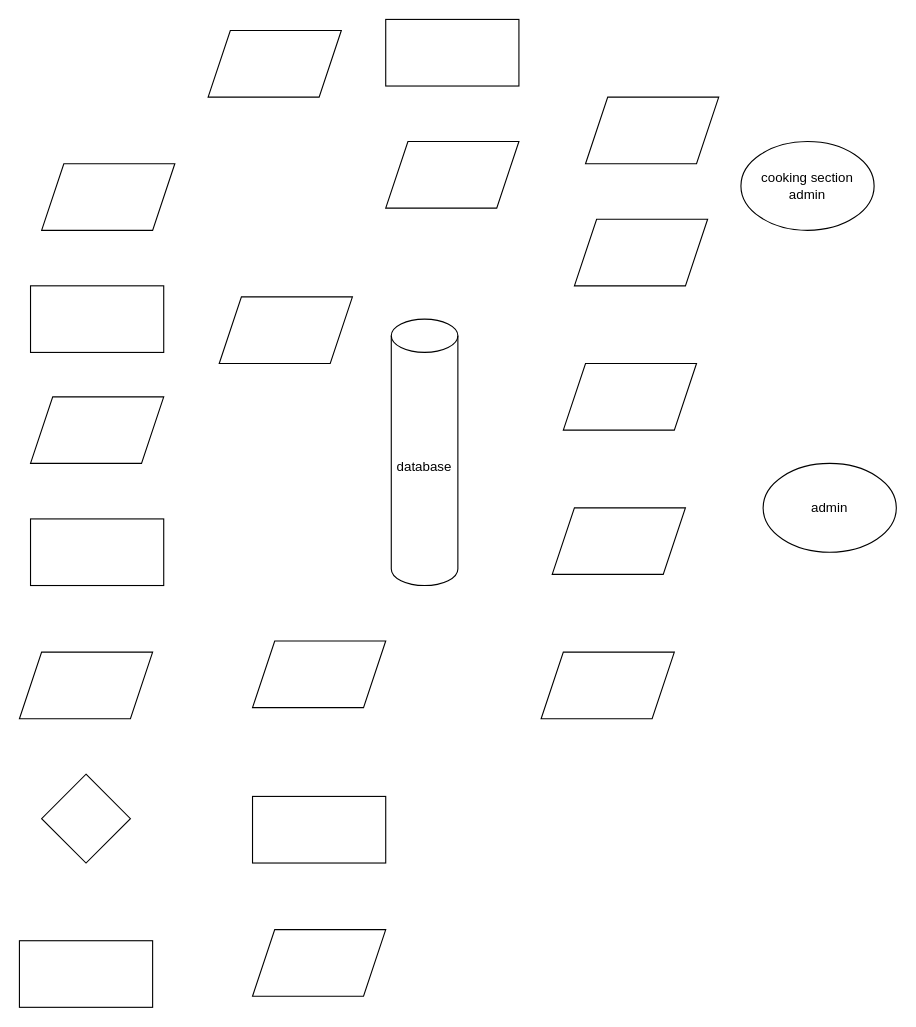
This is rms 2 Diagram.drawio from deleshan/puthurep, a draw.io file, before an edit. Source tidied: cells renumbered, new cells numbered last; positions are measured from the earlier drawing's top-left corner, leaving out a move shared by most shapes. Both pictures are drawn from the tidied source at 111%, with x=0, y=0 at pixel (19, 19).
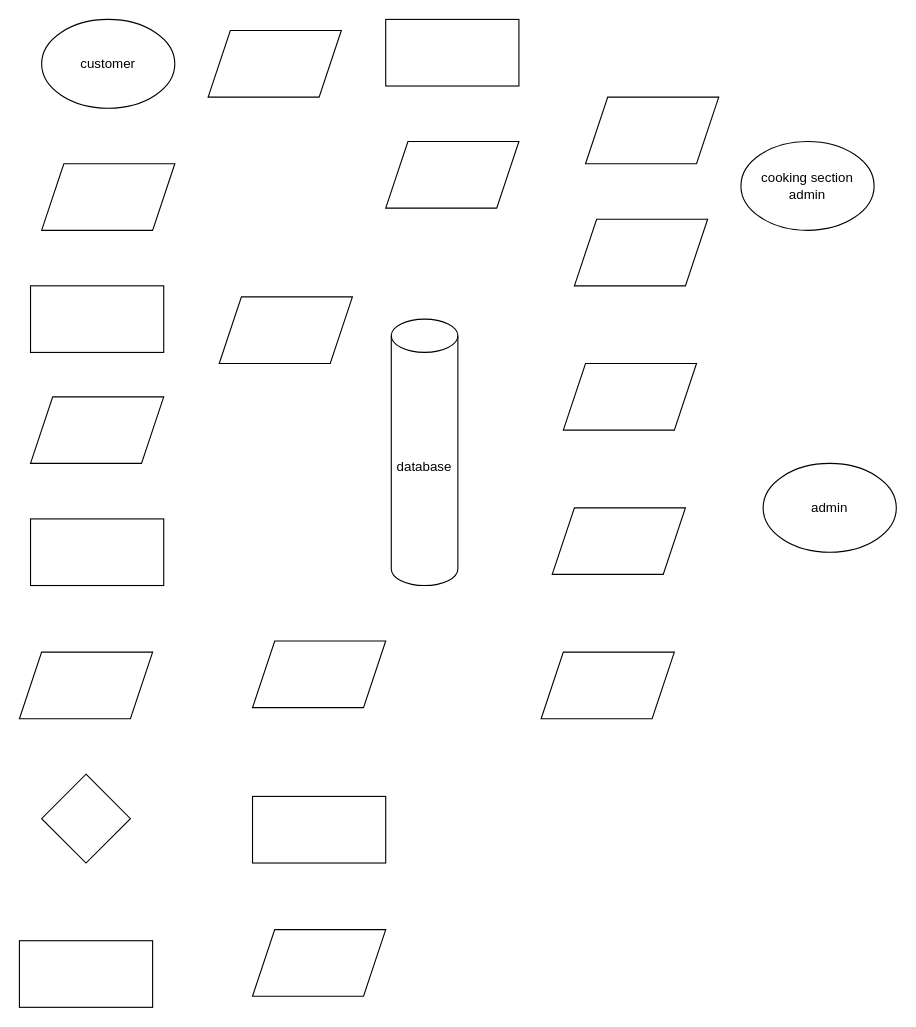
The same diagram, later.

Change to the diagram source:
```diff
@@
+    <mxCell id="24" value="customer" style="ellipse;whiteSpace=wrap;html=1;" parent="1" vertex="1">
+      <mxGeometry x="20" width="120" height="80" as="geometry" />
+    </mxCell>
```
